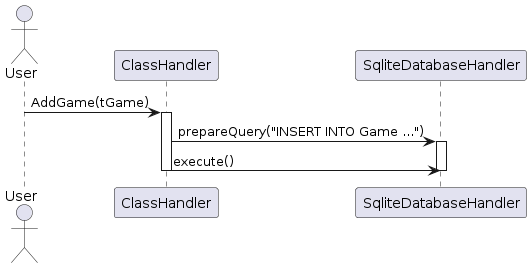
Above: uml/AddGameSecuenceDiagram.png in a-striebeck/DB-first-quarter-assignment (PlantUML), before the change.
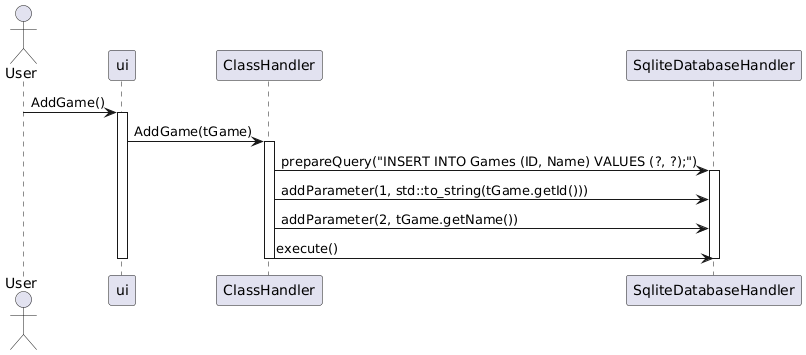
After the change.

What changed in the source:
```diff
@@ -1,14 +1,24 @@
 @startuml
 actor User
+participant ui
+participant ClassHandler
+participant SqliteDatabaseHandler
 
-User -> ClassHandler: AddGame(tGame)
+User -> ui: AddGame()
+activate ui
+
+ui -> ClassHandler: AddGame(tGame)
 activate ClassHandler
 
-ClassHandler -> SqliteDatabaseHandler: prepareQuery("INSERT INTO Game ...")
+ClassHandler -> SqliteDatabaseHandler: prepareQuery("INSERT INTO Games (ID, Name) VALUES (?, ?);")
 activate SqliteDatabaseHandler
+
+ClassHandler -> SqliteDatabaseHandler: addParameter(1, std::to_string(tGame.getId()))
+ClassHandler -> SqliteDatabaseHandler: addParameter(2, tGame.getName())
 
 ClassHandler -> SqliteDatabaseHandler: execute()
 deactivate SqliteDatabaseHandler
 
 deactivate ClassHandler
+deactivate ui
 @enduml
```
